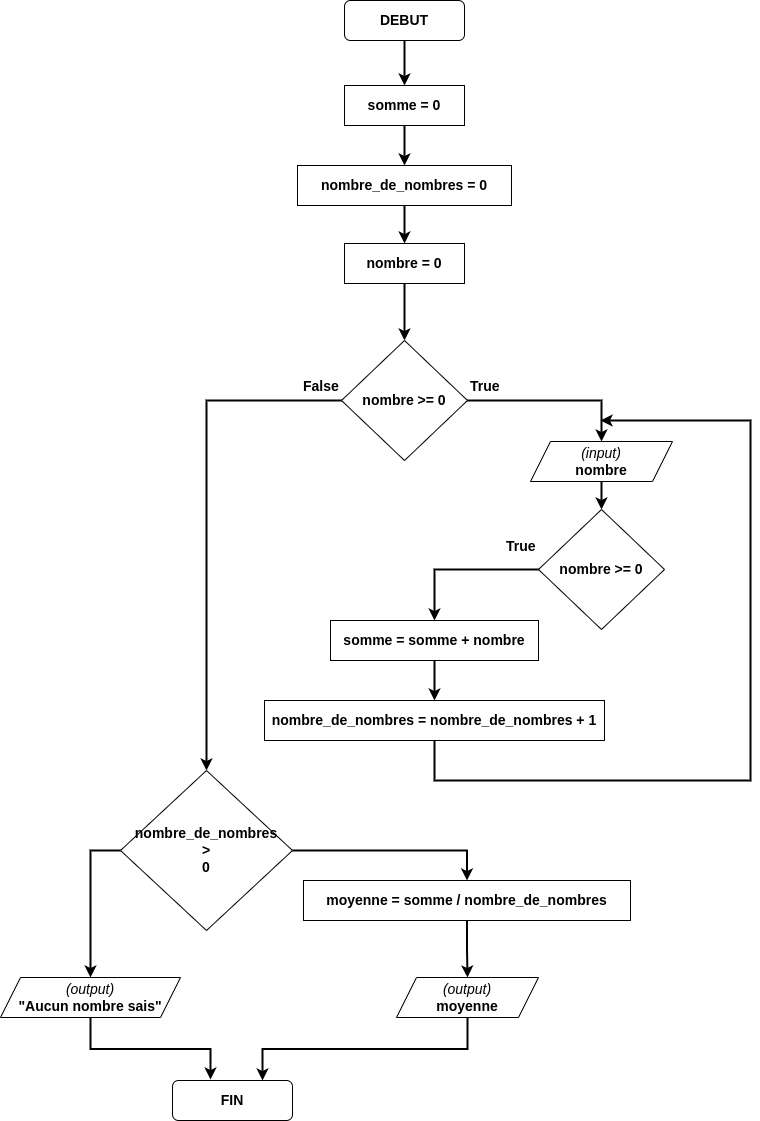
vkeller/modulo-gybe keeps this draw.io diagram as 1M/algo/cours/schemas/R1-ALGO-02_ex3.png. Above is the earlier version. Source tidied: cells renumbered, new cells last; positions are measured from the earlier drawing's top-left corner, leaving out a move shared by most shapes. The source it was exported from:
```xml
<mxGraphModel>
  <root>
    <mxCell id="0" />
    <mxCell id="1" parent="0" />
    <mxCell id="2" style="edgeStyle=orthogonalEdgeStyle;rounded=0;jettySize=auto;html=1;exitX=0.5;exitY=1;exitDx=0;exitDy=0;entryX=0.5;entryY=0;entryDx=0;entryDy=0;strokeWidth=2;" parent="1" edge="1" source="3" target="17">
      <mxGeometry relative="1" as="geometry" />
    </mxCell>
    <mxCell id="3" value="&lt;font style=&quot;font-size: 14px;&quot;&gt;&lt;b&gt;DEBUT&lt;/b&gt;&lt;/font&gt;" style="rounded=1;whiteSpace=wrap;html=1;" parent="1" vertex="1">
      <mxGeometry x="344" width="120" height="40" as="geometry" />
    </mxCell>
    <mxCell id="4" value="&lt;font style=&quot;font-size: 14px;&quot;&gt;&lt;b&gt;FIN&lt;/b&gt;&lt;/font&gt;" style="rounded=1;whiteSpace=wrap;html=1;" parent="1" vertex="1">
      <mxGeometry x="172" y="1080" width="120" height="40" as="geometry" />
    </mxCell>
    <mxCell id="5" style="edgeStyle=orthogonalEdgeStyle;rounded=0;jettySize=auto;html=1;exitX=0.5;exitY=1;exitDx=0;exitDy=0;entryX=0.5;entryY=0;entryDx=0;entryDy=0;strokeWidth=2;fontSize=14;" parent="1" edge="1" source="6" target="8">
      <mxGeometry relative="1" as="geometry" />
    </mxCell>
    <mxCell id="6" value="&lt;b&gt;nombre_de_nombres = 0&lt;/b&gt;" style="rounded=0;whiteSpace=wrap;html=1;fontSize=14;" parent="1" vertex="1">
      <mxGeometry x="297" y="165" width="214" height="40" as="geometry" />
    </mxCell>
    <mxCell id="7" style="edgeStyle=orthogonalEdgeStyle;rounded=0;jettySize=auto;html=1;exitX=0.5;exitY=1;exitDx=0;exitDy=0;entryX=0.5;entryY=0;entryDx=0;entryDy=0;strokeWidth=2;fontSize=14;" parent="1" edge="1" source="8" target="11">
      <mxGeometry relative="1" as="geometry" />
    </mxCell>
    <mxCell id="8" value="&lt;b&gt;nombre = 0&lt;/b&gt;" style="rounded=0;whiteSpace=wrap;html=1;fontSize=14;" parent="1" vertex="1">
      <mxGeometry x="344" y="243" width="120" height="40" as="geometry" />
    </mxCell>
    <mxCell id="9" style="edgeStyle=orthogonalEdgeStyle;rounded=0;jettySize=auto;html=1;exitX=1;exitY=0.5;exitDx=0;exitDy=0;entryX=0.5;entryY=0;entryDx=0;entryDy=0;strokeWidth=2;" parent="1" edge="1" source="11" target="19">
      <mxGeometry relative="1" as="geometry" />
    </mxCell>
    <mxCell id="10" style="edgeStyle=orthogonalEdgeStyle;rounded=0;jettySize=auto;html=1;exitX=0;exitY=0.5;exitDx=0;exitDy=0;entryX=0.5;entryY=0;entryDx=0;entryDy=0;strokeWidth=2;" parent="1" edge="1" source="11" target="29">
      <mxGeometry relative="1" as="geometry" />
    </mxCell>
    <mxCell id="11" value="&lt;b&gt;nombre &amp;gt;= 0&lt;/b&gt;" style="rhombus;whiteSpace=wrap;html=1;fontSize=14;" parent="1" vertex="1">
      <mxGeometry x="341" y="340" width="126" height="120" as="geometry" />
    </mxCell>
    <mxCell id="12" style="edgeStyle=orthogonalEdgeStyle;rounded=0;jettySize=auto;html=1;exitX=0.5;exitY=1;exitDx=0;exitDy=0;entryX=0.75;entryY=0;entryDx=0;entryDy=0;strokeWidth=2;" parent="1" edge="1" source="13" target="4">
      <mxGeometry relative="1" as="geometry" />
    </mxCell>
    <mxCell id="13" value="&lt;i&gt;(output)&lt;/i&gt;&lt;br&gt;&lt;b&gt;moyenne&lt;/b&gt;" style="shape=parallelogram;perimeter=parallelogramPerimeter;whiteSpace=wrap;html=1;fixedSize=1;fontSize=14;" parent="1" vertex="1">
      <mxGeometry x="396" y="977" width="142" height="40" as="geometry" />
    </mxCell>
    <mxCell id="14" value="True" style="text;strokeColor=none;fillColor=none;align=left;verticalAlign=middle;spacingLeft=4;spacingRight=4;overflow=hidden;fontSize=14;fontStyle=1;" parent="1" vertex="1">
      <mxGeometry x="464" y="370" width="80" height="30" as="geometry" />
    </mxCell>
    <mxCell id="15" value="False" style="text;strokeColor=none;fillColor=none;align=left;verticalAlign=middle;spacingLeft=4;spacingRight=4;overflow=hidden;fontSize=14;fontStyle=1;" parent="1" vertex="1">
      <mxGeometry x="297" y="370" width="80" height="30" as="geometry" />
    </mxCell>
    <mxCell id="16" style="edgeStyle=orthogonalEdgeStyle;rounded=0;jettySize=auto;html=1;exitX=0.5;exitY=1;exitDx=0;exitDy=0;strokeWidth=2;fontSize=14;" parent="1" edge="1" source="17" target="6">
      <mxGeometry relative="1" as="geometry" />
    </mxCell>
    <mxCell id="17" value="&lt;b&gt;&lt;font style=&quot;font-size: 14px;&quot;&gt;somme = 0&lt;/font&gt;&lt;/b&gt;" style="rounded=0;whiteSpace=wrap;html=1;" parent="1" vertex="1">
      <mxGeometry x="344" y="85" width="120" height="40" as="geometry" />
    </mxCell>
    <mxCell id="18" style="edgeStyle=orthogonalEdgeStyle;rounded=0;jettySize=auto;html=1;exitX=0.5;exitY=1;exitDx=0;exitDy=0;strokeWidth=2;" parent="1" edge="1" source="19" target="21">
      <mxGeometry relative="1" as="geometry" />
    </mxCell>
    <mxCell id="19" value="&lt;i&gt;(input)&lt;/i&gt;&lt;br&gt;&lt;b&gt;nombre&lt;/b&gt;" style="shape=parallelogram;perimeter=parallelogramPerimeter;whiteSpace=wrap;html=1;fixedSize=1;fontSize=14;" parent="1" vertex="1">
      <mxGeometry x="530" y="441" width="142" height="40" as="geometry" />
    </mxCell>
    <mxCell id="20" style="edgeStyle=orthogonalEdgeStyle;rounded=0;jettySize=auto;html=1;exitX=0;exitY=0.5;exitDx=0;exitDy=0;entryX=0.5;entryY=0;entryDx=0;entryDy=0;strokeWidth=2;" parent="1" edge="1" source="21" target="23">
      <mxGeometry relative="1" as="geometry" />
    </mxCell>
    <mxCell id="21" value="&lt;b&gt;nombre &amp;gt;= 0&lt;/b&gt;" style="rhombus;whiteSpace=wrap;html=1;fontSize=14;" parent="1" vertex="1">
      <mxGeometry x="538" y="509" width="126" height="120" as="geometry" />
    </mxCell>
    <mxCell id="22" style="edgeStyle=orthogonalEdgeStyle;rounded=0;jettySize=auto;html=1;exitX=0.5;exitY=1;exitDx=0;exitDy=0;entryX=0.5;entryY=0;entryDx=0;entryDy=0;strokeWidth=2;" parent="1" edge="1" source="23" target="24">
      <mxGeometry relative="1" as="geometry" />
    </mxCell>
    <mxCell id="23" value="&lt;b&gt;somme = somme + nombre&lt;/b&gt;" style="rounded=0;whiteSpace=wrap;html=1;fontSize=14;" parent="1" vertex="1">
      <mxGeometry x="330" y="620" width="208" height="40" as="geometry" />
    </mxCell>
    <mxCell id="24" value="&lt;b&gt;nombre_de_nombres = nombre_de_nombres + 1&lt;/b&gt;" style="rounded=0;whiteSpace=wrap;html=1;fontSize=14;" parent="1" vertex="1">
      <mxGeometry x="264" y="700" width="340" height="40" as="geometry" />
    </mxCell>
    <mxCell id="25" value="True" style="text;strokeColor=none;fillColor=none;align=left;verticalAlign=middle;spacingLeft=4;spacingRight=4;overflow=hidden;fontSize=14;fontStyle=1;" parent="1" vertex="1">
      <mxGeometry x="500" y="530" width="80" height="30" as="geometry" />
    </mxCell>
    <mxCell id="26" style="endArrow=classic;html=1;rounded=0;strokeWidth=2;exitX=0.5;exitY=1;exitDx=0;exitDy=0;" parent="1" edge="1" source="24">
      <mxGeometry relative="1" as="geometry">
        <mxPoint x="600" y="420" as="targetPoint" />
        <Array as="points">
          <mxPoint x="434" y="780" />
          <mxPoint x="750" y="780" />
          <mxPoint x="750" y="420" />
        </Array>
      </mxGeometry>
    </mxCell>
    <mxCell id="27" style="edgeStyle=orthogonalEdgeStyle;rounded=0;jettySize=auto;html=1;exitX=0;exitY=0.5;exitDx=0;exitDy=0;entryX=0.5;entryY=0;entryDx=0;entryDy=0;strokeWidth=2;" parent="1" edge="1" source="29" target="31">
      <mxGeometry relative="1" as="geometry" />
    </mxCell>
    <mxCell id="28" style="edgeStyle=orthogonalEdgeStyle;rounded=0;jettySize=auto;html=1;exitX=1;exitY=0.5;exitDx=0;exitDy=0;entryX=0.5;entryY=0;entryDx=0;entryDy=0;strokeWidth=2;" parent="1" edge="1" source="29" target="33">
      <mxGeometry relative="1" as="geometry" />
    </mxCell>
    <mxCell id="29" value="&lt;b&gt;nombre_de_nombres&lt;br&gt;&amp;nbsp;&amp;gt; &lt;br&gt;0&lt;/b&gt;" style="rhombus;whiteSpace=wrap;html=1;fontSize=14;" parent="1" vertex="1">
      <mxGeometry x="120" y="770" width="172" height="160" as="geometry" />
    </mxCell>
    <mxCell id="30" style="edgeStyle=orthogonalEdgeStyle;rounded=0;jettySize=auto;html=1;exitX=0.5;exitY=1;exitDx=0;exitDy=0;entryX=0.317;entryY=-0.025;entryDx=0;entryDy=0;entryPerimeter=0;strokeWidth=2;" parent="1" edge="1" source="31" target="4">
      <mxGeometry relative="1" as="geometry" />
    </mxCell>
    <mxCell id="31" value="&lt;i&gt;(output)&lt;/i&gt;&lt;br&gt;&lt;b&gt;&quot;Aucun nombre sais&quot;&lt;/b&gt;" style="shape=parallelogram;perimeter=parallelogramPerimeter;whiteSpace=wrap;html=1;fixedSize=1;fontSize=14;" parent="1" vertex="1">
      <mxGeometry y="977" width="180" height="40" as="geometry" />
    </mxCell>
    <mxCell id="32" style="edgeStyle=orthogonalEdgeStyle;rounded=0;jettySize=auto;html=1;exitX=0.5;exitY=1;exitDx=0;exitDy=0;strokeWidth=2;" parent="1" edge="1" source="33" target="13">
      <mxGeometry relative="1" as="geometry" />
    </mxCell>
    <mxCell id="33" value="&lt;b&gt;moyenne = somme / nombre_de_nombres&lt;/b&gt;" style="rounded=0;whiteSpace=wrap;html=1;fontSize=14;" parent="1" vertex="1">
      <mxGeometry x="303" y="880" width="327" height="40" as="geometry" />
    </mxCell>
  </root>
</mxGraphModel>
```
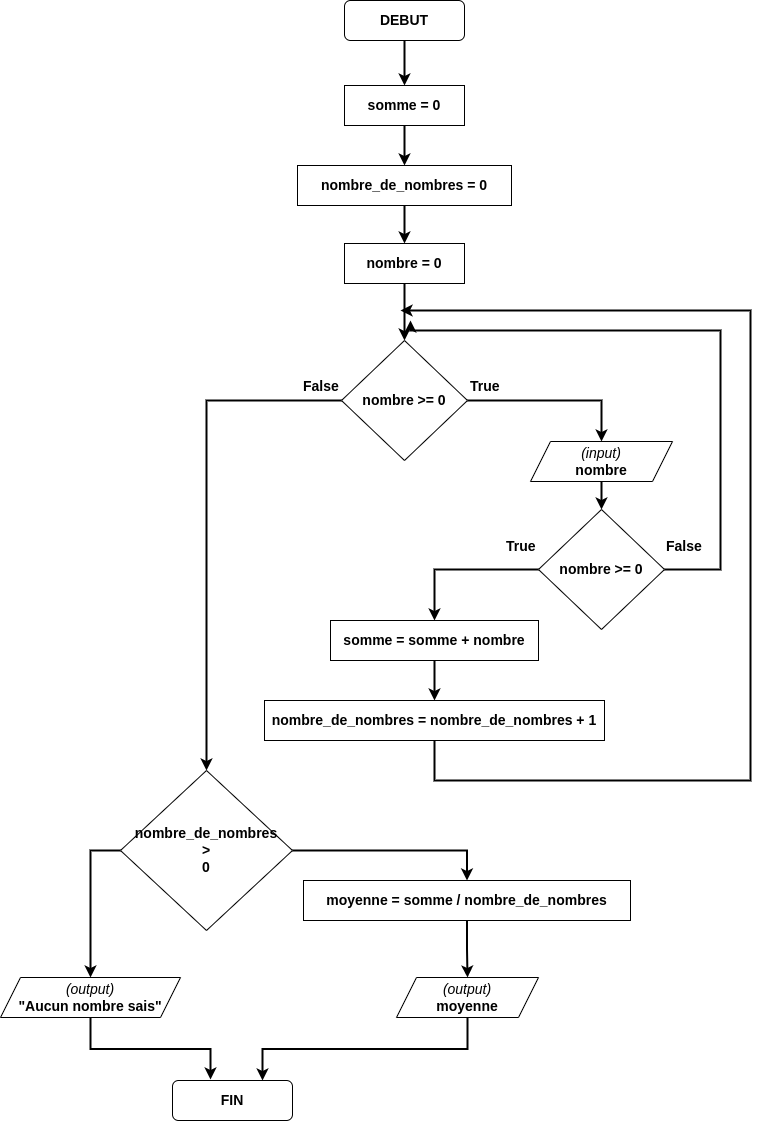
The same file after the commit.

Commit message:
correction algorigramme R1-ALGO-02_ex3

Change to the diagram source:
```diff
@@ -59,6 +59,16 @@
     <mxCell id="20" style="edgeStyle=orthogonalEdgeStyle;rounded=0;jettySize=auto;html=1;exitX=0;exitY=0.5;exitDx=0;exitDy=0;entryX=0.5;entryY=0;entryDx=0;entryDy=0;strokeWidth=2;" parent="1" edge="1" source="21" target="23">
       <mxGeometry relative="1" as="geometry" />
     </mxCell>
+    <mxCell id="34" style="edgeStyle=orthogonalEdgeStyle;rounded=0;jettySize=auto;html=1;exitX=1;exitY=0.5;exitDx=0;exitDy=0;strokeWidth=2;" parent="1" edge="1" source="21">
+      <mxGeometry relative="1" as="geometry">
+        <mxPoint x="410" y="320" as="targetPoint" />
+        <Array as="points">
+          <mxPoint x="720" y="569" />
+          <mxPoint x="720" y="330" />
+          <mxPoint x="410" y="330" />
+        </Array>
+      </mxGeometry>
+    </mxCell>
     <mxCell id="21" value="&lt;b&gt;nombre &amp;gt;= 0&lt;/b&gt;" style="rhombus;whiteSpace=wrap;html=1;fontSize=14;" parent="1" vertex="1">
       <mxGeometry x="538" y="509" width="126" height="120" as="geometry" />
     </mxCell>
@@ -76,11 +86,11 @@
     </mxCell>
     <mxCell id="26" style="endArrow=classic;html=1;rounded=0;strokeWidth=2;exitX=0.5;exitY=1;exitDx=0;exitDy=0;" parent="1" edge="1" source="24">
       <mxGeometry relative="1" as="geometry">
-        <mxPoint x="600" y="420" as="targetPoint" />
+        <mxPoint x="400" y="310" as="targetPoint" />
         <Array as="points">
           <mxPoint x="434" y="780" />
           <mxPoint x="750" y="780" />
-          <mxPoint x="750" y="420" />
+          <mxPoint x="750" y="310" />
         </Array>
       </mxGeometry>
     </mxCell>
@@ -105,5 +115,8 @@
     <mxCell id="33" value="&lt;b&gt;moyenne = somme / nombre_de_nombres&lt;/b&gt;" style="rounded=0;whiteSpace=wrap;html=1;fontSize=14;" parent="1" vertex="1">
       <mxGeometry x="303" y="880" width="327" height="40" as="geometry" />
     </mxCell>
+    <mxCell id="35" value="False" style="text;strokeColor=none;fillColor=none;align=left;verticalAlign=middle;spacingLeft=4;spacingRight=4;overflow=hidden;fontSize=14;fontStyle=1;" parent="1" vertex="1">
+      <mxGeometry x="660" y="530" width="80" height="30" as="geometry" />
+    </mxCell>
   </root>
 </mxGraphModel>
```
